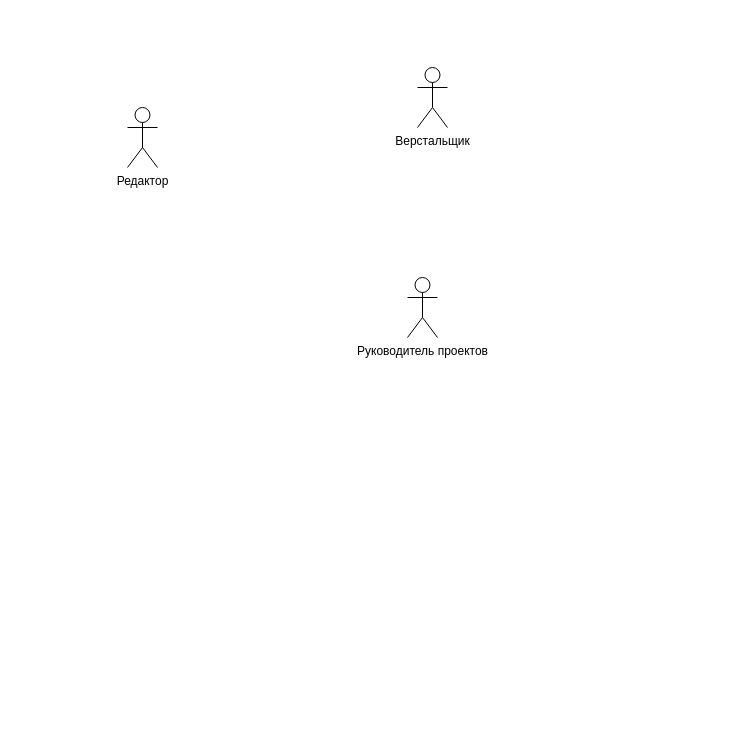
Earlier version of the draw.io diagram ortps_3.drawio (danaddi/draw.io). Source tidied: cells renumbered, new cells numbered last; positions are measured from the earlier drawing's top-left corner, leaving out a move shared by most shapes. Both pictures are drawn from the tidied source at 100%, with x=0, y=0 at pixel (127, 67).
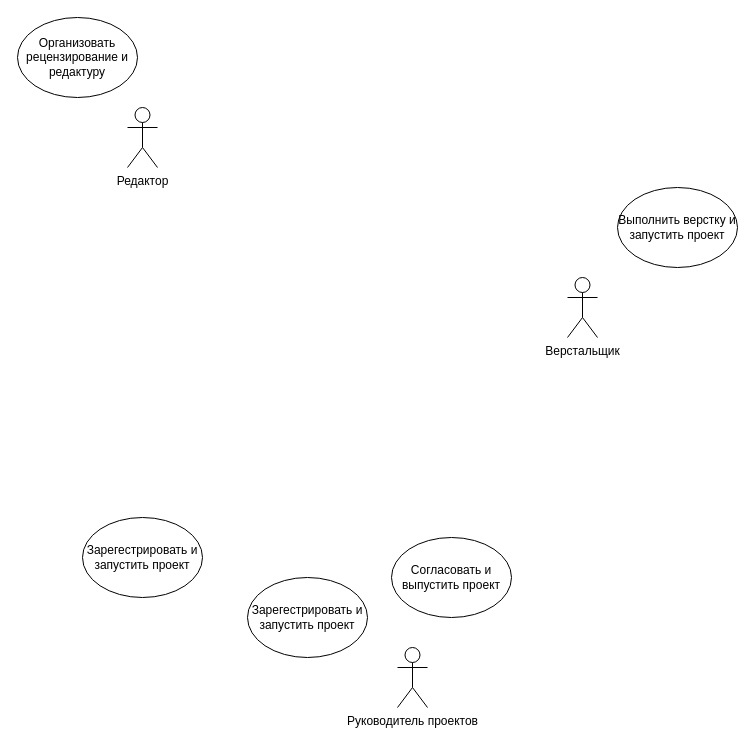
The same diagram, later.

Change to the diagram source:
```diff
@@
 <mxGraphModel>
   <root>
     <mxCell id="0" />
     <mxCell id="1" parent="0" />
     <mxCell id="2" value="Редактор" style="shape=umlActor;verticalLabelPosition=bottom;verticalAlign=top;html=1;" parent="1" vertex="1">
       <mxGeometry y="40" width="30" height="60" as="geometry" />
     </mxCell>
     <mxCell id="3" value="Верстальщик" style="shape=umlActor;verticalLabelPosition=bottom;verticalAlign=top;html=1;" parent="1" vertex="1">
-      <mxGeometry x="290" width="30" height="60" as="geometry" />
+      <mxGeometry x="440" y="210" width="30" height="60" as="geometry" />
     </mxCell>
     <mxCell id="4" value="Руководитель проектов" style="shape=umlActor;verticalLabelPosition=bottom;verticalAlign=top;html=1;" parent="1" vertex="1">
-      <mxGeometry x="280" y="210" width="30" height="60" as="geometry" />
+      <mxGeometry x="270" y="580" width="30" height="60" as="geometry" />
     </mxCell>
+    <mxCell id="5" value="Зарегестрировать и запустить проект" style="ellipse;whiteSpace=wrap;html=1;" parent="1" vertex="1">
+      <mxGeometry x="120" y="510" width="120" height="80" as="geometry" />
+    </mxCell>
+    <mxCell id="6" value="Согласовать и выпустить проект" style="ellipse;whiteSpace=wrap;html=1;" parent="1" vertex="1">
+      <mxGeometry x="264" y="470" width="120" height="80" as="geometry" />
+    </mxCell>
+    <mxCell id="7" value="Организовать рецензирование и редактуру" style="ellipse;whiteSpace=wrap;html=1;" parent="1" vertex="1">
+      <mxGeometry x="-110" y="-50" width="120" height="80" as="geometry" />
+    </mxCell>
+    <mxCell id="8" value="Выполнить верстку и запустить проект" style="ellipse;whiteSpace=wrap;html=1;" parent="1" vertex="1">
+      <mxGeometry x="490" y="120" width="120" height="80" as="geometry" />
+    </mxCell>
+    <mxCell id="9" value="Зарегестрировать и запустить проект" style="ellipse;whiteSpace=wrap;html=1;" parent="1" vertex="1">
+      <mxGeometry x="-45" y="450" width="120" height="80" as="geometry" />
+    </mxCell>
   </root>
 </mxGraphModel>
```
